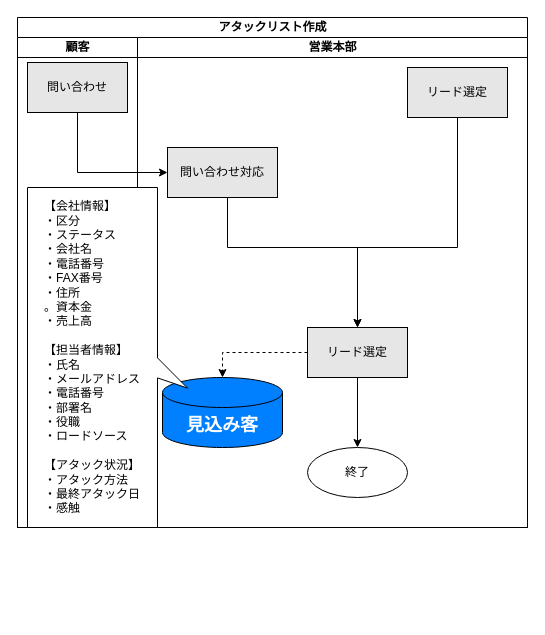
The draw.io diagram page "アタックリスト作成" (2 of 6) of 20230622To-Be業務フロー図.drawio in TaikiHorita/TaikiRepository, before the edit. Source tidied: cells renumbered, new cells numbered last; positions are measured from the earlier drawing's top-left corner, leaving out a move shared by most shapes. Both pictures are drawn from the tidied source at 100%, with x=0, y=0 at pixel (17, 17).
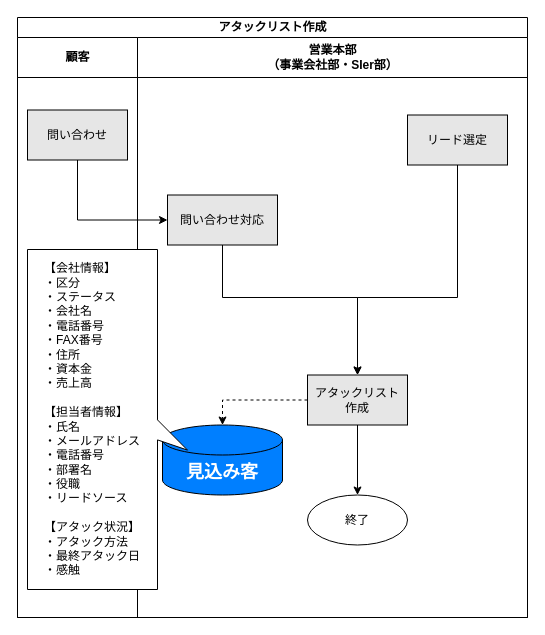
After the change.

What changed in the source:
```diff
@@
     <mxCell id="2" value="アタックリスト作成" style="swimlane;startSize=20;html=1;" parent="1" vertex="1">
-      <mxGeometry width="510" height="510" as="geometry" />
+      <mxGeometry width="510" height="600" as="geometry" />
     </mxCell>
-    <mxCell id="3" value="顧客" style="swimlane;startSize=20;html=1;" parent="2" vertex="1">
-      <mxGeometry y="20" width="120" height="490" as="geometry" />
+    <mxCell id="3" value="顧客" style="swimlane;startSize=40;html=1;" parent="2" vertex="1">
+      <mxGeometry y="20" width="120" height="580" as="geometry" />
     </mxCell>
     <mxCell id="4" value="問い合わせ" style="rounded=0;whiteSpace=wrap;html=1;fillColor=#E6E6E6;" parent="3" vertex="1">
-      <mxGeometry x="10" y="25" width="100" height="50" as="geometry" />
+      <mxGeometry x="10" y="72.5" width="100" height="50" as="geometry" />
     </mxCell>
-    <mxCell id="5" value="営業本部" style="swimlane;startSize=20;html=1;" parent="2" vertex="1">
-      <mxGeometry x="120" y="20" width="390" height="490" as="geometry" />
+    <mxCell id="5" value="営業本部&lt;br&gt;（事業会社部・SIer部）" style="swimlane;startSize=40;html=1;" parent="2" vertex="1">
+      <mxGeometry x="120" y="20" width="390" height="580" as="geometry" />
     </mxCell>
     <mxCell id="6" style="edgeStyle=orthogonalEdgeStyle;rounded=0;jettySize=auto;html=1;exitX=0.5;exitY=1;exitDx=0;exitDy=0;entryX=0.5;entryY=0;entryDx=0;entryDy=0;" parent="5" edge="1" source="7" target="14">
       <mxGeometry relative="1" as="geometry">
         <Array as="points">
-          <mxPoint x="90" y="160" />
-          <mxPoint x="90" y="210" />
-          <mxPoint x="220" y="210" />
+          <mxPoint x="85" y="260" />
+          <mxPoint x="220" y="260" />
         </Array>
       </mxGeometry>
     </mxCell>
     <mxCell id="7" value="問い合わせ対応" style="rounded=0;whiteSpace=wrap;html=1;fillColor=#E6E6E6;" parent="5" vertex="1">
-      <mxGeometry x="30" y="110" width="110" height="50" as="geometry" />
+      <mxGeometry x="30" y="157.5" width="110" height="50" as="geometry" />
     </mxCell>
     <mxCell id="8" value="&lt;font color=&quot;#ffffff&quot;&gt;&lt;span style=&quot;font-size: 18px;&quot;&gt;&lt;b&gt;見込み客&lt;/b&gt;&lt;/span&gt;&lt;/font&gt;" style="shape=cylinder3;whiteSpace=wrap;html=1;boundedLbl=1;backgroundOutline=1;size=15;fillColor=#007FFF;" parent="5" vertex="1">
-      <mxGeometry x="25" y="340" width="120" height="70" as="geometry" />
+      <mxGeometry x="25" y="387.5" width="120" height="70" as="geometry" />
     </mxCell>
     <mxCell id="9" value="終了" style="ellipse;whiteSpace=wrap;html=1;" parent="5" vertex="1">
-      <mxGeometry x="170" y="410" width="100" height="50" as="geometry" />
+      <mxGeometry x="170" y="457.5" width="100" height="50" as="geometry" />
     </mxCell>
     <mxCell id="10" style="edgeStyle=orthogonalEdgeStyle;rounded=0;jettySize=auto;html=1;exitX=0.5;exitY=1;exitDx=0;exitDy=0;entryX=0.5;entryY=0;entryDx=0;entryDy=0;" parent="5" edge="1" source="11" target="14">
       <mxGeometry relative="1" as="geometry">
         <Array as="points">
-          <mxPoint x="320" y="210" />
-          <mxPoint x="220" y="210" />
+          <mxPoint x="320" y="260" />
+          <mxPoint x="220" y="260" />
         </Array>
       </mxGeometry>
     </mxCell>
     <mxCell id="11" value="リード選定" style="rounded=0;whiteSpace=wrap;html=1;fillColor=#E6E6E6;" parent="5" vertex="1">
-      <mxGeometry x="270" y="30" width="100" height="50" as="geometry" />
+      <mxGeometry x="270" y="77.5" width="100" height="50" as="geometry" />
     </mxCell>
@@
-    <mxCell id="14" value="リード選定" style="rounded=0;whiteSpace=wrap;html=1;fillColor=#E6E6E6;" parent="5" vertex="1">
-      <mxGeometry x="170" y="290" width="100" height="50" as="geometry" />
+    <mxCell id="14" value="アタックリスト&lt;br&gt;作成" style="rounded=0;whiteSpace=wrap;html=1;fillColor=#E6E6E6;" parent="5" vertex="1">
+      <mxGeometry x="170" y="337.5" width="100" height="50" as="geometry" />
     </mxCell>
-    <mxCell id="15" value="&lt;div style=&quot;text-align: left;&quot;&gt;&lt;span style=&quot;background-color: initial;&quot;&gt;【会社情報】&lt;/span&gt;&lt;/div&gt;&lt;div style=&quot;text-align: left;&quot;&gt;&lt;span style=&quot;background-color: initial;&quot;&gt;・区分&lt;/span&gt;&lt;/div&gt;&lt;div style=&quot;text-align: left;&quot;&gt;&lt;span style=&quot;background-color: initial;&quot;&gt;・ステータス&lt;/span&gt;&lt;/div&gt;&lt;div style=&quot;text-align: left;&quot;&gt;&lt;span style=&quot;background-color: initial;&quot;&gt;・会社名&lt;/span&gt;&lt;/div&gt;&lt;div style=&quot;text-align: left;&quot;&gt;&lt;span style=&quot;background-color: initial;&quot;&gt;・電話番号&lt;/span&gt;&lt;/div&gt;&lt;div style=&quot;text-align: left;&quot;&gt;&lt;span style=&quot;background-color: initial;&quot;&gt;・FAX番号&lt;/span&gt;&lt;/div&gt;&lt;div style=&quot;text-align: left;&quot;&gt;&lt;span style=&quot;background-color: initial;&quot;&gt;・住所&lt;/span&gt;&lt;/div&gt;&lt;div style=&quot;text-align: left;&quot;&gt;&lt;span style=&quot;background-color: initial;&quot;&gt;。資本金&lt;/span&gt;&lt;/div&gt;&lt;div style=&quot;text-align: left;&quot;&gt;&lt;span style=&quot;background-color: initial;&quot;&gt;・売上高&lt;/span&gt;&lt;/div&gt;&lt;div style=&quot;text-align: left;&quot;&gt;&lt;br&gt;&lt;/div&gt;&lt;div style=&quot;text-align: left;&quot;&gt;&lt;span style=&quot;background-color: initial;&quot;&gt;【担当者情報】&lt;/span&gt;&lt;/div&gt;&lt;div style=&quot;text-align: left;&quot;&gt;&lt;span style=&quot;background-color: initial;&quot;&gt;・氏名&lt;/span&gt;&lt;/div&gt;&lt;div style=&quot;text-align: left;&quot;&gt;&lt;span style=&quot;background-color: initial;&quot;&gt;・メールアドレス&lt;/span&gt;&lt;/div&gt;&lt;div style=&quot;text-align: left;&quot;&gt;&lt;span style=&quot;background-color: initial;&quot;&gt;・電話番号&lt;/span&gt;&lt;/div&gt;&lt;div style=&quot;text-align: left;&quot;&gt;&lt;span style=&quot;background-color: initial;&quot;&gt;・部署名&lt;/span&gt;&lt;/div&gt;&lt;div style=&quot;text-align: left;&quot;&gt;&lt;span style=&quot;background-color: initial;&quot;&gt;・役職&lt;/span&gt;&lt;/div&gt;&lt;div style=&quot;text-align: left;&quot;&gt;&lt;span style=&quot;background-color: initial;&quot;&gt;・ロードソース&lt;/span&gt;&lt;/div&gt;&lt;div style=&quot;text-align: left;&quot;&gt;&lt;br&gt;&lt;/div&gt;&lt;div style=&quot;text-align: left;&quot;&gt;&lt;span style=&quot;background-color: initial;&quot;&gt;【アタック状況】&lt;/span&gt;&lt;/div&gt;&lt;div style=&quot;text-align: left;&quot;&gt;&lt;span style=&quot;background-color: initial;&quot;&gt;・アタック方法&lt;/span&gt;&lt;/div&gt;&lt;div style=&quot;text-align: left;&quot;&gt;&lt;span style=&quot;background-color: initial;&quot;&gt;・最終アタック日&lt;/span&gt;&lt;/div&gt;&lt;div style=&quot;text-align: left;&quot;&gt;&lt;span style=&quot;background-color: initial;&quot;&gt;・感触&lt;/span&gt;&lt;/div&gt;" style="shape=callout;whiteSpace=wrap;html=1;perimeter=calloutPerimeter;direction=north;base=20;size=30;position=0.44;position2=0.41;" parent="5" vertex="1">
-      <mxGeometry x="-110" y="150" width="160" height="340" as="geometry" />
+    <mxCell id="15" value="&lt;div style=&quot;text-align: left;&quot;&gt;&lt;span style=&quot;background-color: initial;&quot;&gt;【会社情報】&lt;/span&gt;&lt;/div&gt;&lt;div style=&quot;text-align: left;&quot;&gt;&lt;span style=&quot;background-color: initial;&quot;&gt;・区分&lt;/span&gt;&lt;/div&gt;&lt;div style=&quot;text-align: left;&quot;&gt;&lt;span style=&quot;background-color: initial;&quot;&gt;・ステータス&lt;/span&gt;&lt;/div&gt;&lt;div style=&quot;text-align: left;&quot;&gt;&lt;span style=&quot;background-color: initial;&quot;&gt;・会社名&lt;/span&gt;&lt;/div&gt;&lt;div style=&quot;text-align: left;&quot;&gt;&lt;span style=&quot;background-color: initial;&quot;&gt;・電話番号&lt;/span&gt;&lt;/div&gt;&lt;div style=&quot;text-align: left;&quot;&gt;&lt;span style=&quot;background-color: initial;&quot;&gt;・FAX番号&lt;/span&gt;&lt;/div&gt;&lt;div style=&quot;text-align: left;&quot;&gt;&lt;span style=&quot;background-color: initial;&quot;&gt;・住所&lt;/span&gt;&lt;/div&gt;&lt;div style=&quot;text-align: left;&quot;&gt;&lt;span style=&quot;background-color: initial;&quot;&gt;・資本金&lt;/span&gt;&lt;/div&gt;&lt;div style=&quot;text-align: left;&quot;&gt;&lt;span style=&quot;background-color: initial;&quot;&gt;・売上高&lt;/span&gt;&lt;/div&gt;&lt;div style=&quot;text-align: left;&quot;&gt;&lt;br&gt;&lt;/div&gt;&lt;div style=&quot;text-align: left;&quot;&gt;&lt;span style=&quot;background-color: initial;&quot;&gt;【担当者情報】&lt;/span&gt;&lt;/div&gt;&lt;div style=&quot;text-align: left;&quot;&gt;&lt;span style=&quot;background-color: initial;&quot;&gt;・氏名&lt;/span&gt;&lt;/div&gt;&lt;div style=&quot;text-align: left;&quot;&gt;&lt;span style=&quot;background-color: initial;&quot;&gt;・メールアドレス&lt;/span&gt;&lt;/div&gt;&lt;div style=&quot;text-align: left;&quot;&gt;&lt;span style=&quot;background-color: initial;&quot;&gt;・電話番号&lt;/span&gt;&lt;/div&gt;&lt;div style=&quot;text-align: left;&quot;&gt;&lt;span style=&quot;background-color: initial;&quot;&gt;・部署名&lt;/span&gt;&lt;/div&gt;&lt;div style=&quot;text-align: left;&quot;&gt;&lt;span style=&quot;background-color: initial;&quot;&gt;・役職&lt;/span&gt;&lt;/div&gt;&lt;div style=&quot;text-align: left;&quot;&gt;&lt;span style=&quot;background-color: initial;&quot;&gt;・リードソース&lt;/span&gt;&lt;/div&gt;&lt;div style=&quot;text-align: left;&quot;&gt;&lt;br&gt;&lt;/div&gt;&lt;div style=&quot;text-align: left;&quot;&gt;&lt;span style=&quot;background-color: initial;&quot;&gt;【アタック状況】&lt;/span&gt;&lt;/div&gt;&lt;div style=&quot;text-align: left;&quot;&gt;&lt;span style=&quot;background-color: initial;&quot;&gt;・アタック方法&lt;/span&gt;&lt;/div&gt;&lt;div style=&quot;text-align: left;&quot;&gt;&lt;span style=&quot;background-color: initial;&quot;&gt;・最終アタック日&lt;/span&gt;&lt;/div&gt;&lt;div style=&quot;text-align: left;&quot;&gt;&lt;span style=&quot;background-color: initial;&quot;&gt;・感触&lt;/span&gt;&lt;/div&gt;" style="shape=callout;whiteSpace=wrap;html=1;perimeter=calloutPerimeter;direction=north;base=20;size=30;position=0.44;position2=0.41;" parent="5" vertex="1">
+      <mxGeometry x="-110" y="212" width="160" height="340" as="geometry" />
     </mxCell>
```
